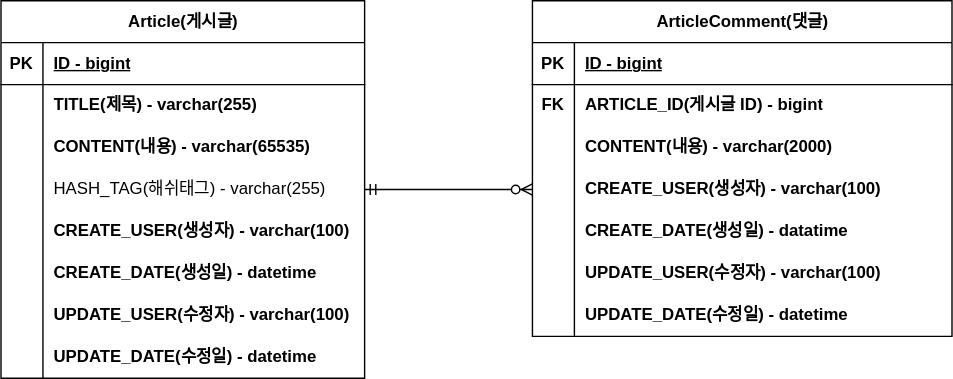
Before: document/project-borad-erd.drawio.svg, a diagram exported from draw.io (ChoiHyunGeun/fastcampus-project-board). Source tidied: cells renumbered, new cells last; positions are measured from the earlier drawing's top-left corner, leaving out a move shared by most shapes.
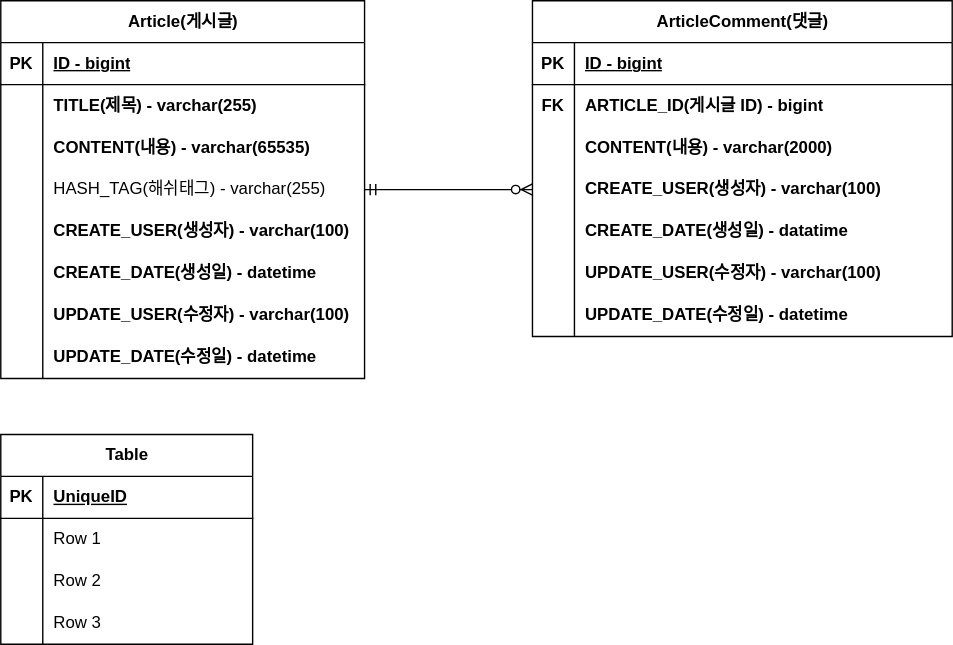
Later version of the same file.

Commit message:
#8 - 사용자 도메인 추가

What changed in the source:
```diff
@@ -150,5 +150,44 @@
         </Array>
       </mxGeometry>
     </mxCell>
+    <mxCell id="50" value="Table" style="shape=table;startSize=30;rowLines=0;fontStyle=1;align=center;html=1;" parent="1" vertex="1">
+      <mxGeometry y="310" width="180" height="150" as="geometry" />
+    </mxCell>
+    <mxCell id="51" style="shape=tableRow;horizontal=0;startSize=0;swimlaneHead=0;swimlaneBody=0;fillColor=none;top=0;left=0;right=0;bottom=1;" parent="50" vertex="1">
+      <mxGeometry y="30" width="180" height="30" as="geometry" />
+    </mxCell>
+    <mxCell id="52" value="PK" style="shape=partialRectangle;fillColor=none;top=0;left=0;bottom=0;right=0;fontStyle=1;overflow=hidden;whiteSpace=wrap;html=1;" parent="51" vertex="1">
+      <mxGeometry width="30" height="30" as="geometry" />
+    </mxCell>
+    <mxCell id="53" value="UniqueID" style="shape=partialRectangle;fillColor=none;top=0;left=0;bottom=0;right=0;align=left;spacingLeft=6;fontStyle=5;overflow=hidden;whiteSpace=wrap;html=1;" parent="51" vertex="1">
+      <mxGeometry x="30" width="150" height="30" as="geometry" />
+    </mxCell>
+    <mxCell id="54" style="shape=tableRow;horizontal=0;startSize=0;swimlaneHead=0;swimlaneBody=0;fillColor=none;top=0;left=0;right=0;bottom=0;" parent="50" vertex="1">
+      <mxGeometry y="60" width="180" height="30" as="geometry" />
+    </mxCell>
+    <mxCell id="55" style="shape=partialRectangle;fillColor=none;top=0;left=0;bottom=0;right=0;overflow=hidden;whiteSpace=wrap;html=1;" parent="54" vertex="1">
+      <mxGeometry width="30" height="30" as="geometry" />
+    </mxCell>
+    <mxCell id="56" value="Row 1" style="shape=partialRectangle;fillColor=none;top=0;left=0;bottom=0;right=0;align=left;spacingLeft=6;overflow=hidden;whiteSpace=wrap;html=1;" parent="54" vertex="1">
+      <mxGeometry x="30" width="150" height="30" as="geometry" />
+    </mxCell>
+    <mxCell id="57" style="shape=tableRow;horizontal=0;startSize=0;swimlaneHead=0;swimlaneBody=0;fillColor=none;top=0;left=0;right=0;bottom=0;" parent="50" vertex="1">
+      <mxGeometry y="90" width="180" height="30" as="geometry" />
+    </mxCell>
+    <mxCell id="58" style="shape=partialRectangle;fillColor=none;top=0;left=0;bottom=0;right=0;overflow=hidden;whiteSpace=wrap;html=1;" parent="57" vertex="1">
+      <mxGeometry width="30" height="30" as="geometry" />
+    </mxCell>
+    <mxCell id="59" value="Row 2" style="shape=partialRectangle;fillColor=none;top=0;left=0;bottom=0;right=0;align=left;spacingLeft=6;overflow=hidden;whiteSpace=wrap;html=1;" parent="57" vertex="1">
+      <mxGeometry x="30" width="150" height="30" as="geometry" />
+    </mxCell>
+    <mxCell id="60" style="shape=tableRow;horizontal=0;startSize=0;swimlaneHead=0;swimlaneBody=0;fillColor=none;top=0;left=0;right=0;bottom=0;" parent="50" vertex="1">
+      <mxGeometry y="120" width="180" height="30" as="geometry" />
+    </mxCell>
+    <mxCell id="61" style="shape=partialRectangle;fillColor=none;top=0;left=0;bottom=0;right=0;overflow=hidden;whiteSpace=wrap;html=1;" parent="60" vertex="1">
+      <mxGeometry width="30" height="30" as="geometry" />
+    </mxCell>
+    <mxCell id="62" value="Row 3" style="shape=partialRectangle;fillColor=none;top=0;left=0;bottom=0;right=0;align=left;spacingLeft=6;overflow=hidden;whiteSpace=wrap;html=1;" parent="60" vertex="1">
+      <mxGeometry x="30" width="150" height="30" as="geometry" />
+    </mxCell>
   </root>
 </mxGraphModel>
```
